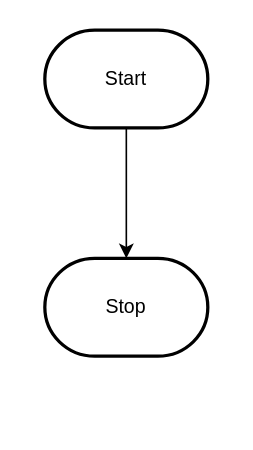
pablo-fiallos-granados/ICD2O-Unit-5-04-pablo-fiallos-granados keeps this draw.io diagram as design/flowchart.drawio. Above is the earlier version. Source tidied: cells renumbered, new cells numbered last; positions are measured from the earlier drawing's top-left corner, leaving out a move shared by most shapes. Both pictures are drawn from the tidied source at 163%, with x=0, y=0 at pixel (44, 29).
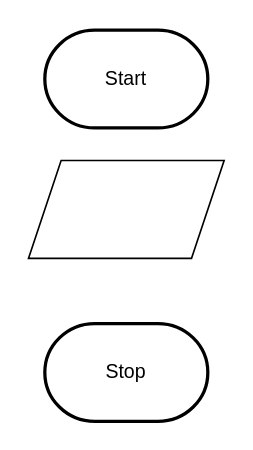
After the change.

Change to the diagram source:
```diff
@@
 <mxGraphModel>
   <root>
     <mxCell id="0" />
     <mxCell id="1" parent="0" />
-    <mxCell id="2" style="edgeStyle=orthogonalEdgeStyle;html=1;rounded=0;" parent="1" edge="1" source="3" target="4">
-      <mxGeometry relative="1" as="geometry" />
-    </mxCell>
     <mxCell id="3" value="Start" style="strokeWidth=2;html=1;shape=mxgraph.flowchart.terminator;whiteSpace=wrap;" parent="1" vertex="1">
       <mxGeometry width="100" height="60" as="geometry" />
     </mxCell>
     <mxCell id="4" value="Stop" style="strokeWidth=2;html=1;shape=mxgraph.flowchart.terminator;whiteSpace=wrap;" parent="1" vertex="1">
-      <mxGeometry y="140" width="100" height="60" as="geometry" />
+      <mxGeometry y="180" width="100" height="60" as="geometry" />
     </mxCell>
+    <mxCell id="5" style="shape=parallelogram;perimeter=parallelogramPerimeter;whiteSpace=wrap;html=1;fixedSize=1;" parent="1" vertex="1">
+      <mxGeometry x="-10" y="80" width="120" height="60" as="geometry" />
+    </mxCell>
   </root>
 </mxGraphModel>
```
